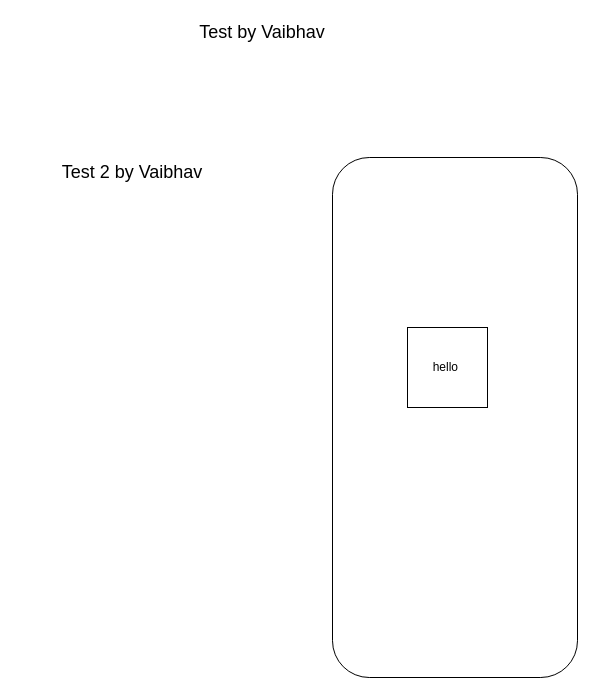
Vaibhav-G-Parmar/Chronicle-Your-Ultimate-Travel-Companion keeps this draw.io diagram as test.drawio. Above is the earlier version. Source tidied: cells renumbered, new cells numbered last; positions are measured from the earlier drawing's top-left corner, leaving out a move shared by most shapes. Both pictures are drawn from the tidied source at 100%, with x=0, y=0 at pixel (27, 17).
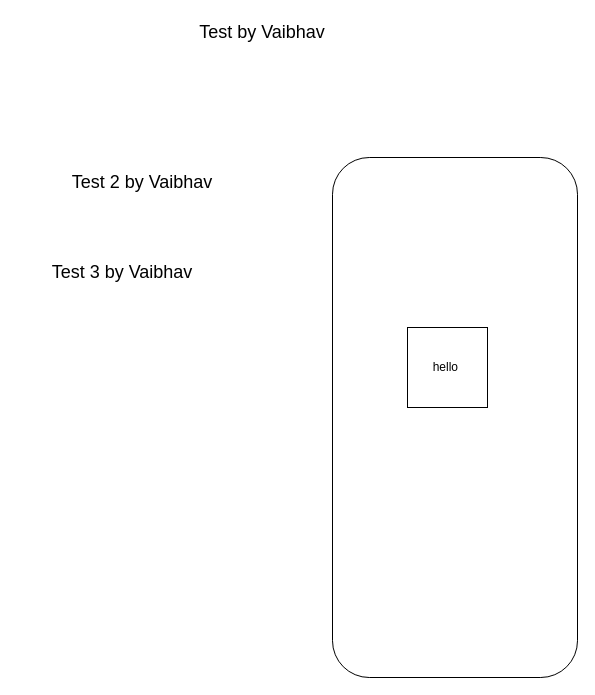
The same diagram, later.

What changed in the source:
```diff
@@
 <mxGraphModel>
   <root>
     <mxCell id="0" />
     <mxCell id="1" parent="0" />
     <mxCell id="2" value="&lt;font style=&quot;font-size: 18px;&quot;&gt;Test by Vaibhav&lt;/font&gt;" style="text;html=1;strokeColor=none;fillColor=none;align=center;verticalAlign=middle;whiteSpace=wrap;rounded=0;" parent="1" vertex="1">
       <mxGeometry x="130" width="210" height="30" as="geometry" />
     </mxCell>
     <mxCell id="3" style="rounded=1;whiteSpace=wrap;html=1;" parent="1" vertex="1">
       <mxGeometry x="305" y="140" width="245" height="520" as="geometry" />
     </mxCell>
     <mxCell id="4" value="hello&amp;nbsp;" style="whiteSpace=wrap;html=1;" parent="1" vertex="1">
       <mxGeometry x="380" y="310" width="80" height="80" as="geometry" />
     </mxCell>
-    <mxCell id="5" value="&lt;font style=&quot;font-size: 18px;&quot;&gt;Test 2 by Vaibhav&lt;/font&gt;" style="text;html=1;strokeColor=none;fillColor=none;align=center;verticalAlign=middle;whiteSpace=wrap;rounded=0;" parent="1" vertex="1">
-      <mxGeometry y="140" width="210" height="30" as="geometry" />
+    <mxCell id="5" value="&lt;font style=&quot;font-size: 18px;&quot;&gt;Test 3 by Vaibhav&lt;/font&gt;" style="text;html=1;strokeColor=none;fillColor=none;align=center;verticalAlign=middle;whiteSpace=wrap;rounded=0;" parent="1" vertex="1">
+      <mxGeometry x="-10" y="240" width="210" height="30" as="geometry" />
     </mxCell>
+    <mxCell id="6" value="&lt;font style=&quot;font-size: 18px;&quot;&gt;Test 2 by Vaibhav&lt;/font&gt;" style="text;html=1;strokeColor=none;fillColor=none;align=center;verticalAlign=middle;whiteSpace=wrap;rounded=0;" parent="1" vertex="1">
+      <mxGeometry x="10" y="150" width="210" height="30" as="geometry" />
+    </mxCell>
   </root>
 </mxGraphModel>
```
